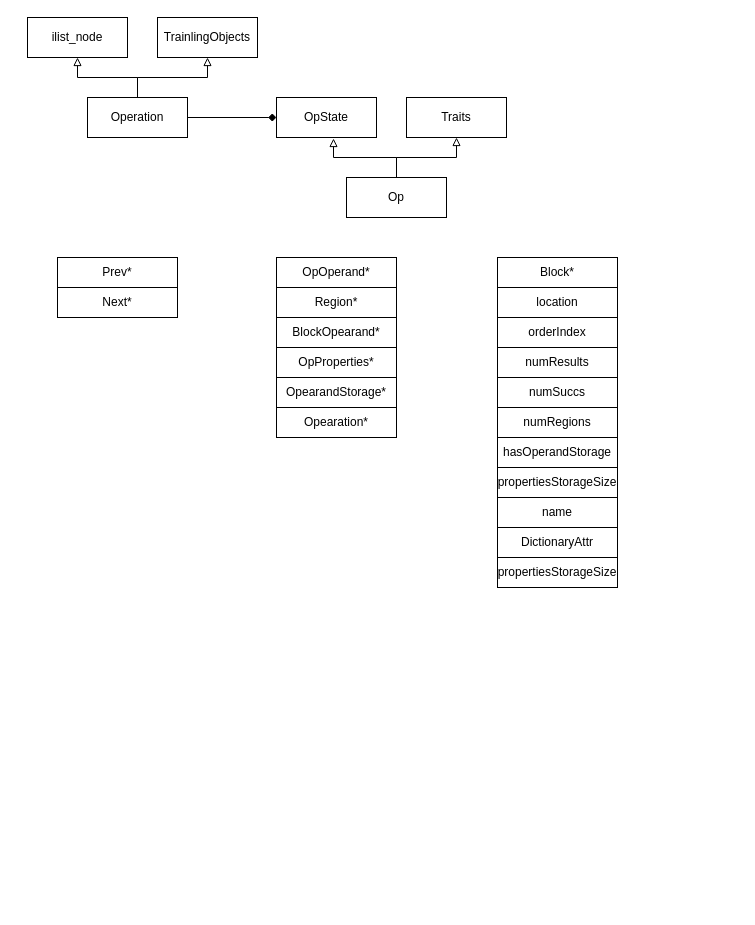
This is page "第 3 页" (3 of 3) of dialect.drawio from inside-compiler/Inside-LLVM-Code-Gen, a draw.io file, before an edit. Source tidied: cells renumbered, new cells numbered last; positions are measured from the earlier drawing's top-left corner, leaving out a move shared by most shapes. Both pictures are drawn from the tidied source at 100%, with x=0, y=0 at pixel (27, 17).
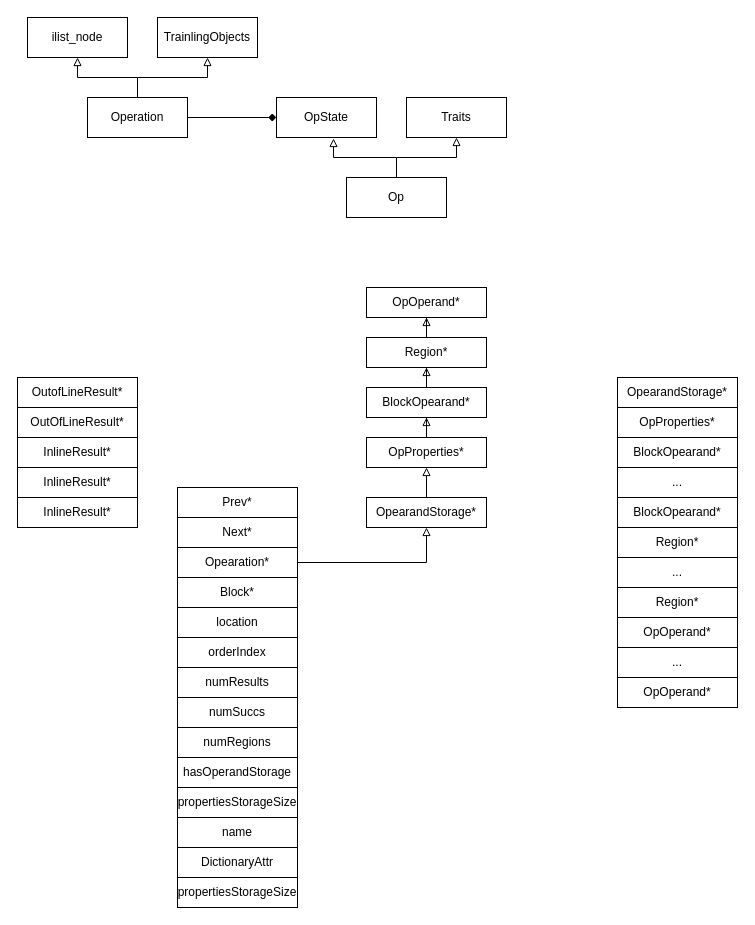
After the change.

Diff of the diagram source:
```diff
@@
     <mxCell id="13" style="group;" parent="1" vertex="1">
-      <mxGeometry x="470" y="240" width="120" height="330" as="geometry" />
+      <mxGeometry x="150" y="560" width="120" height="330" as="geometry" />
     </mxCell>
@@
     <mxCell id="25" value="Prev*" style="rounded=0;whiteSpace=wrap;html=1;" parent="1" vertex="1">
-      <mxGeometry x="30" y="240" width="120" height="30" as="geometry" />
+      <mxGeometry x="150" y="470" width="120" height="30" as="geometry" />
     </mxCell>
     <mxCell id="26" value="Next*" style="rounded=0;whiteSpace=wrap;html=1;" parent="1" vertex="1">
-      <mxGeometry x="30" y="270" width="120" height="30" as="geometry" />
+      <mxGeometry x="150" y="500" width="120" height="30" as="geometry" />
     </mxCell>
+    <mxCell id="33" style="edgeStyle=orthogonalEdgeStyle;rounded=0;jettySize=auto;html=1;endArrow=block;endFill=0;" parent="1" edge="1" source="27" target="31">
+      <mxGeometry relative="1" as="geometry" />
+    </mxCell>
     <mxCell id="27" value="Opearation*" style="rounded=0;whiteSpace=wrap;html=1;" parent="1" vertex="1">
-      <mxGeometry x="249" y="390" width="120" height="30" as="geometry" />
+      <mxGeometry x="150" y="530" width="120" height="30" as="geometry" />
     </mxCell>
+    <mxCell id="34" style="edgeStyle=orthogonalEdgeStyle;rounded=0;jettySize=auto;html=1;entryX=0.5;entryY=1;entryDx=0;entryDy=0;endArrow=block;endFill=0;" parent="1" edge="1" source="28" target="32">
+      <mxGeometry relative="1" as="geometry" />
+    </mxCell>
     <mxCell id="28" value="Region*" style="rounded=0;whiteSpace=wrap;html=1;" parent="1" vertex="1">
-      <mxGeometry x="249" y="270" width="120" height="30" as="geometry" />
+      <mxGeometry x="339" y="320" width="120" height="30" as="geometry" />
     </mxCell>
+    <mxCell id="35" style="edgeStyle=orthogonalEdgeStyle;rounded=0;jettySize=auto;html=1;entryX=0.5;entryY=1;entryDx=0;entryDy=0;endArrow=block;endFill=0;" parent="1" edge="1" source="29" target="28">
+      <mxGeometry relative="1" as="geometry" />
+    </mxCell>
     <mxCell id="29" value="BlockOpearand*" style="rounded=0;whiteSpace=wrap;html=1;" parent="1" vertex="1">
-      <mxGeometry x="249" y="300" width="120" height="30" as="geometry" />
+      <mxGeometry x="339" y="370" width="120" height="30" as="geometry" />
     </mxCell>
+    <mxCell id="36" style="edgeStyle=orthogonalEdgeStyle;rounded=0;jettySize=auto;html=1;entryX=0.5;entryY=1;entryDx=0;entryDy=0;endArrow=block;endFill=0;" parent="1" edge="1" source="30" target="29">
+      <mxGeometry relative="1" as="geometry" />
+    </mxCell>
     <mxCell id="30" value="OpProperties*" style="rounded=0;whiteSpace=wrap;html=1;" parent="1" vertex="1">
-      <mxGeometry x="249" y="330" width="120" height="30" as="geometry" />
+      <mxGeometry x="339" y="420" width="120" height="30" as="geometry" />
     </mxCell>
+    <mxCell id="37" style="edgeStyle=orthogonalEdgeStyle;rounded=0;jettySize=auto;html=1;entryX=0.5;entryY=1;entryDx=0;entryDy=0;endArrow=block;endFill=0;" parent="1" edge="1" source="31" target="30">
+      <mxGeometry relative="1" as="geometry" />
+    </mxCell>
     <mxCell id="31" value="OpearandStorage*" style="rounded=0;whiteSpace=wrap;html=1;" parent="1" vertex="1">
-      <mxGeometry x="249" y="360" width="120" height="30" as="geometry" />
+      <mxGeometry x="339" y="480" width="120" height="30" as="geometry" />
     </mxCell>
     <mxCell id="32" value="OpOperand*" style="rounded=0;whiteSpace=wrap;html=1;" parent="1" vertex="1">
-      <mxGeometry x="249" y="240" width="120" height="30" as="geometry" />
+      <mxGeometry x="339" y="270" width="120" height="30" as="geometry" />
     </mxCell>
+    <mxCell id="38" value="OutofLineResult*" style="rounded=0;whiteSpace=wrap;html=1;" parent="1" vertex="1">
+      <mxGeometry x="-10" y="360" width="120" height="30" as="geometry" />
+    </mxCell>
+    <mxCell id="39" value="OutOfLineResult*" style="rounded=0;whiteSpace=wrap;html=1;" parent="1" vertex="1">
+      <mxGeometry x="-10" y="390" width="120" height="30" as="geometry" />
+    </mxCell>
+    <mxCell id="40" value="InlineResult*" style="rounded=0;whiteSpace=wrap;html=1;" parent="1" vertex="1">
+      <mxGeometry x="-10" y="420" width="120" height="30" as="geometry" />
+    </mxCell>
+    <mxCell id="41" value="InlineResult*" style="rounded=0;whiteSpace=wrap;html=1;" parent="1" vertex="1">
+      <mxGeometry x="-10" y="450" width="120" height="30" as="geometry" />
+    </mxCell>
+    <mxCell id="42" value="InlineResult*" style="rounded=0;whiteSpace=wrap;html=1;" parent="1" vertex="1">
+      <mxGeometry x="-10" y="480" width="120" height="30" as="geometry" />
+    </mxCell>
+    <mxCell id="43" value="Region*" style="rounded=0;whiteSpace=wrap;html=1;" parent="1" vertex="1">
+      <mxGeometry x="590" y="510" width="120" height="30" as="geometry" />
+    </mxCell>
+    <mxCell id="44" value="BlockOpearand*" style="rounded=0;whiteSpace=wrap;html=1;" parent="1" vertex="1">
+      <mxGeometry x="590" y="420" width="120" height="30" as="geometry" />
+    </mxCell>
+    <mxCell id="45" value="OpProperties*" style="rounded=0;whiteSpace=wrap;html=1;" parent="1" vertex="1">
+      <mxGeometry x="590" y="390" width="120" height="30" as="geometry" />
+    </mxCell>
+    <mxCell id="46" value="OpearandStorage*" style="rounded=0;whiteSpace=wrap;html=1;" parent="1" vertex="1">
+      <mxGeometry x="590" y="360" width="120" height="30" as="geometry" />
+    </mxCell>
+    <mxCell id="47" value="OpOperand*" style="rounded=0;whiteSpace=wrap;html=1;" parent="1" vertex="1">
+      <mxGeometry x="590" y="600" width="120" height="30" as="geometry" />
+    </mxCell>
+    <mxCell id="48" value="..." style="rounded=0;whiteSpace=wrap;html=1;" parent="1" vertex="1">
+      <mxGeometry x="590" y="450" width="120" height="30" as="geometry" />
+    </mxCell>
+    <mxCell id="49" value="BlockOpearand*" style="rounded=0;whiteSpace=wrap;html=1;" parent="1" vertex="1">
+      <mxGeometry x="590" y="480" width="120" height="30" as="geometry" />
+    </mxCell>
+    <mxCell id="50" value="..." style="rounded=0;whiteSpace=wrap;html=1;" parent="1" vertex="1">
+      <mxGeometry x="590" y="540" width="120" height="30" as="geometry" />
+    </mxCell>
+    <mxCell id="51" value="Region*" style="rounded=0;whiteSpace=wrap;html=1;" parent="1" vertex="1">
+      <mxGeometry x="590" y="570" width="120" height="30" as="geometry" />
+    </mxCell>
+    <mxCell id="52" value="..." style="rounded=0;whiteSpace=wrap;html=1;" parent="1" vertex="1">
+      <mxGeometry x="590" y="630" width="120" height="30" as="geometry" />
+    </mxCell>
+    <mxCell id="53" value="OpOperand*" style="rounded=0;whiteSpace=wrap;html=1;" parent="1" vertex="1">
+      <mxGeometry x="590" y="660" width="120" height="30" as="geometry" />
+    </mxCell>
```
